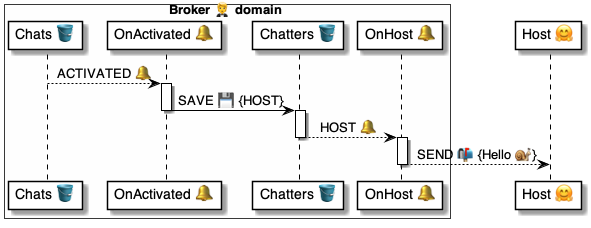
The PlantUML diagram 4 ⚙️ Solution/20 🧑‍🦰 UI/Brokers 🤵/🤵🪣 Broker tables/Chatters 👥 table/🪣🔔 3 Host/🤵 OnChatterHost ⚙️ uml.png in pollyweb-org/pollyweb-docs, before a commit. Its source is kept beside it as 4 ⚙️ Solution/20 🧑‍🦰 UI/Brokers 🤵/🤵🪣 Broker tables/Chatters 👥 table/🪣🔔 3 Host/🤵 OnChatterHost ⚙️ uml.puml.
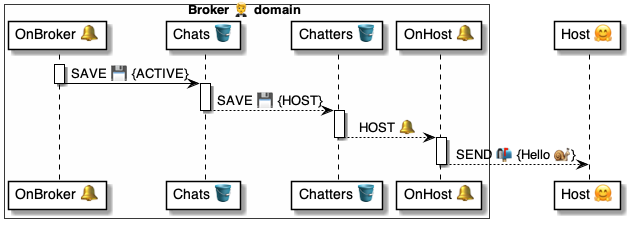
Above is the later version.

Change to the diagram source:
```diff
@@ -2,20 +2,21 @@
 
 
 box Broker 🤵 domain #FFFFFA
+    participant "OnBroker 🔔" as broker
     participant "Chats 🪣" as chats
-    participant "OnActivated 🔔" as script
     participant "Chatters 🪣" as table
     participant "OnHost 🔔" as handler
 end box
 
 participant "Host 🤗" as host
 
+activate broker
+    broker -> chats: SAVE 💾 {ACTIVE}
+deactivate broker
 
-chats --> script: ACTIVATED 🔔
-
-activate script
-    script -> table: SAVE 💾 {HOST}
-deactivate script
+activate chats
+    chats --> table: SAVE 💾 {HOST}
+deactivate chats
 
 activate table
     table --> handler: HOST 🔔
```
